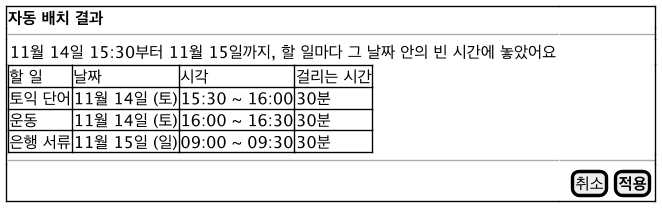
2026-2-software-system-design-11/planning-pet-app keeps this PlantUML diagram as docs/diagrams/ui-autoplace.png. Above is the earlier version. Source of this version:
```plantuml
@startsalt ui-autoplace
!include ui-common.iuml
{+
  <b>자동 배치 결과</b> | .
  --|--
  { 11월 14일 15:30부터 11월 15일까지, 할 일마다 그 날짜 안의 빈 시간에 놓았어요 }
  {#
    할 일 | 날짜 | 시각 | 걸리는 시간
    토익 단어 | 11월 14일 (토) | 15:30 ~ 16:00 | 30분
    운동 | 11월 14일 (토) | 16:00 ~ 16:30 | 30분
    은행 서류 | 11월 15일 (일) | 09:00 ~ 09:30 | 30분
  }
  --|--
  . | { . | [취소] | [<b>적용</b>] }
}
@endsalt
```
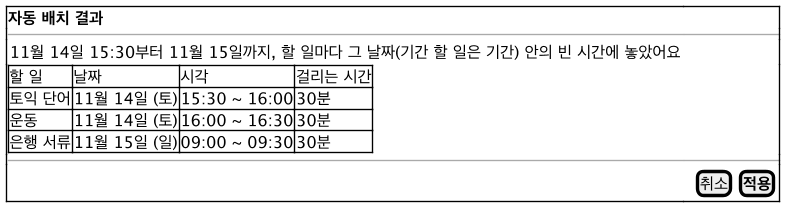
After the change.

Change to the diagram source:
```diff
@@ -3,7 +3,7 @@
 {+
   <b>자동 배치 결과</b> | .
   --|--
-  { 11월 14일 15:30부터 11월 15일까지, 할 일마다 그 날짜 안의 빈 시간에 놓았어요 }
+  { 11월 14일 15:30부터 11월 15일까지, 할 일마다 그 날짜(기간 할 일은 기간) 안의 빈 시간에 놓았어요 }
   {#
     할 일 | 날짜 | 시각 | 걸리는 시간
     토익 단어 | 11월 14일 (토) | 15:30 ~ 16:00 | 30분
```
